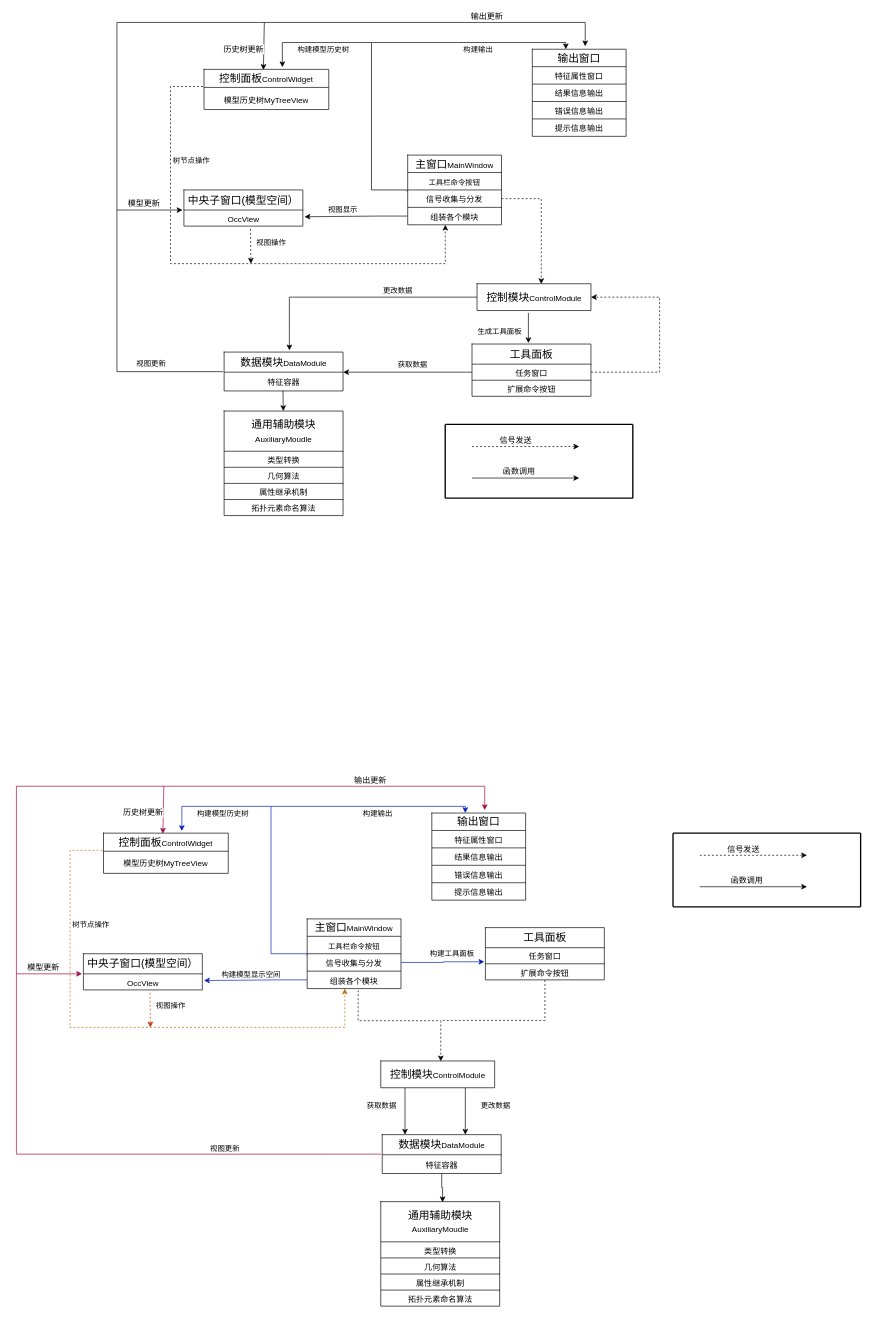
Before: mvc详解架构.drawio in liuhuliuhu123/First-test, a draw.io diagram. Source tidied: cells renumbered, new cells numbered last; positions are measured from the earlier drawing's top-left corner, leaving out a move shared by most shapes. Both pictures are drawn from the tidied source at 67%, with x=0, y=0 at pixel (16, 22).
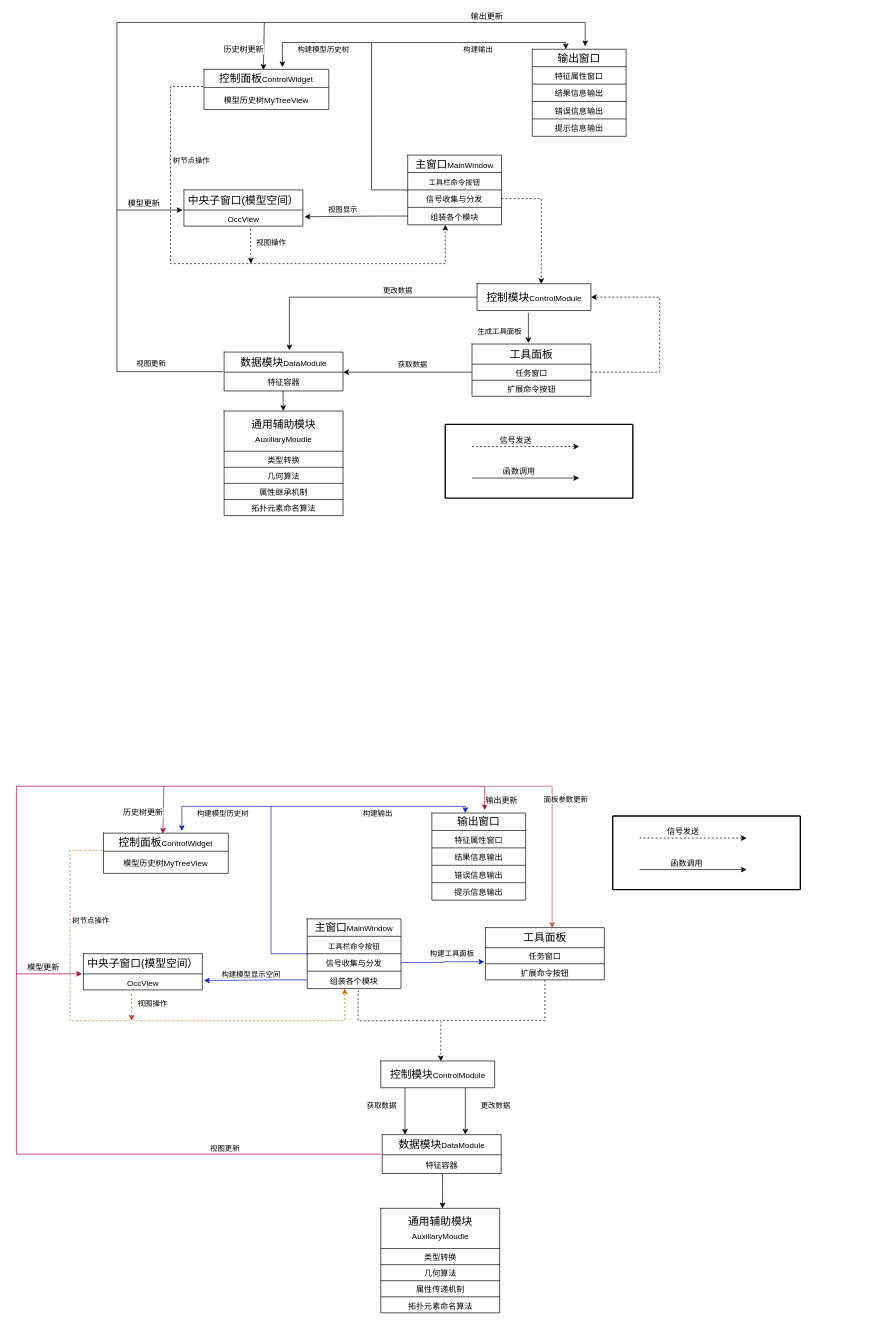
The same page after the edit.

Commit message:
更新mvc详解架构.drawio

The change refers to these unchanged cells:
```xml
<mxCell id="102" style="endArrow=classic;html=1;rounded=0;edgeStyle=orthogonalEdgeStyle;entryX=0.564;entryY=-0.169;entryDx=0;entryDy=0;entryPerimeter=0;exitX=-0.01;exitY=-0.031;exitDx=0;exitDy=0;exitPerimeter=0;fillColor=#d80073;strokeColor=#A50040;" parent="1" edge="1" source="162" target="110">
  <mxGeometry relative="1" as="geometry">
    <Array as="points">
      <mxPoint y="1689" />
      <mxPoint y="1140" />
      <mxPoint x="699" y="1140" />
    </Array>
  </mxGeometry>
</mxCell>
<mxCell id="127" style="shape=tableRow;horizontal=0;startSize=0;swimlaneHead=0;swimlaneBody=0;strokeColor=inherit;top=0;left=0;bottom=0;right=0;fillColor=none;points=[[0,0.5],[1,0.5]];portConstraint=eastwest;fontSize=16;" parent="120" vertex="1">
  <mxGeometry y="78" width="140" height="26" as="geometry" />
</mxCell>
<mxCell id="130" style="shape=tableRow;horizontal=0;startSize=0;swimlaneHead=0;swimlaneBody=0;strokeColor=inherit;top=0;left=0;bottom=0;right=0;fillColor=none;points=[[0,0.5],[1,0.5]];portConstraint=eastwest;fontSize=16;" parent="129" vertex="1">
  <mxGeometry width="177.5" height="60" as="geometry" />
</mxCell>
<mxCell id="136" style="shape=tableRow;horizontal=0;startSize=0;swimlaneHead=0;swimlaneBody=0;strokeColor=inherit;top=0;left=0;bottom=0;right=0;fillColor=none;fontSize=16;" parent="129" vertex="1">
  <mxGeometry y="108" width="177.5" height="24" as="geometry" />
</mxCell>
<mxCell id="142" style="shape=tableRow;horizontal=0;startSize=0;swimlaneHead=0;swimlaneBody=0;strokeColor=inherit;top=0;left=0;bottom=0;right=0;fillColor=none;points=[[0,0.5],[1,0.5]];portConstraint=eastwest;fontSize=16;" parent="141" vertex="1">
  <mxGeometry width="177.5" height="30" as="geometry" />
</mxCell>
<mxCell id="151" style="shape=tableRow;horizontal=0;startSize=0;swimlaneHead=0;swimlaneBody=0;strokeColor=inherit;top=0;left=0;bottom=0;right=0;fillColor=none;points=[[0,0.5],[1,0.5]];portConstraint=eastwest;fontSize=16;" parent="148" vertex="1">
  <mxGeometry y="30" width="177.5" height="24" as="geometry" />
</mxCell>
<mxCell id="156" style="shape=tableRow;horizontal=0;startSize=0;swimlaneHead=0;swimlaneBody=0;strokeColor=inherit;top=0;left=0;bottom=0;right=0;fillColor=none;points=[[0,0.5],[1,0.5]];portConstraint=eastwest;fontSize=16;" parent="153" vertex="1">
  <mxGeometry y="27" width="186.2" height="33" as="geometry" />
</mxCell>
<mxCell id="159" style="shape=table;startSize=0;childLayout=tableLayout;fontSize=16;" parent="1" vertex="1">
  <mxGeometry x="546" y="1660" width="177.5" height="58" as="geometry" />
</mxCell>
```

What changed in the source:
```diff
@@
     <mxCell id="98" style="endArrow=classic;html=1;rounded=0;edgeStyle=orthogonalEdgeStyle;dashed=1;entryX=0.401;entryY=1;entryDx=0;entryDy=0;entryPerimeter=0;exitX=-0.008;exitY=-0.042;exitDx=0;exitDy=0;exitPerimeter=0;fillColor=#f0a30a;strokeColor=#BD7000;" parent="1" edge="1" source="156" target="127">
       <mxGeometry relative="1" as="geometry">
         <Array as="points">
           <mxPoint x="80" y="1236" />
-          <mxPoint x="80" y="1500" />
-          <mxPoint x="490" y="1500" />
+          <mxPoint x="80" y="1490" />
+          <mxPoint x="490" y="1490" />
         </Array>
       </mxGeometry>
     </mxCell>
@@
-    <mxCell id="100" style="endArrow=classic;html=1;rounded=0;exitX=0.56;exitY=1.167;exitDx=0;exitDy=0;dashed=1;exitPerimeter=0;fillColor=#fa6800;strokeColor=#C73500;" parent="1" edge="1" source="151">
+    <mxCell id="100" style="endArrow=classic;html=1;rounded=0;exitX=0.406;exitY=1.262;exitDx=0;exitDy=0;dashed=1;exitPerimeter=0;fillColor=#fa6800;strokeColor=#C73500;" parent="1" edge="1" source="151">
       <mxGeometry relative="1" as="geometry">
-        <mxPoint x="200" y="1500" as="targetPoint" />
+        <mxPoint x="172" y="1490" as="targetPoint" />
       </mxGeometry>
     </mxCell>
@@
     <mxCell id="104" value="输出更新" style="edgeLabel;html=1;align=center;verticalAlign=middle;fontSize=12;" parent="102" vertex="1">
       <mxGeometry x="0.89" y="-3" relative="1" as="geometry">
-        <mxPoint x="-106" y="-13" as="offset" />
+        <mxPoint x="90" y="17" as="offset" />
       </mxGeometry>
     </mxCell>
@@
     <mxCell id="129" style="shape=table;startSize=0;childLayout=tableLayout;fontSize=16;" parent="1" vertex="1">
-      <mxGeometry x="543.8" y="1760" width="177.5" height="156" as="geometry" />
+      <mxGeometry x="543.8" y="1770" width="177.5" height="156" as="geometry" />
     </mxCell>
@@
-    <mxCell id="137" value="&lt;font style=&quot;font-size: 12px;&quot;&gt;属性继承机制&lt;/font&gt;" style="shape=partialRectangle;html=1;whiteSpace=wrap;strokeColor=inherit;overflow=hidden;fillColor=none;top=0;left=0;bottom=0;right=0;fontSize=16;" parent="136" vertex="1">
+    <mxCell id="137" value="&lt;font style=&quot;font-size: 12px;&quot;&gt;属性传递机制&lt;/font&gt;" style="shape=partialRectangle;html=1;whiteSpace=wrap;strokeColor=inherit;overflow=hidden;fillColor=none;top=0;left=0;bottom=0;right=0;fontSize=16;" parent="136" vertex="1">
       <mxGeometry width="178" height="24" as="geometry" />
     </mxCell>
@@
-    <mxCell id="158" style="edgeStyle=orthogonalEdgeStyle;rounded=0;jettySize=auto;html=1;entryX=0.52;entryY=0.014;entryDx=0;entryDy=0;entryPerimeter=0;" parent="1" edge="1" source="159" target="130">
-      <mxGeometry relative="1" as="geometry" />
+    <mxCell id="158" style="edgeStyle=orthogonalEdgeStyle;rounded=0;jettySize=auto;html=1;" parent="1" edge="1" source="159">
+      <mxGeometry relative="1" as="geometry">
+        <mxPoint x="636" y="1770" as="targetPoint" />
+        <Array as="points">
+          <mxPoint x="636" y="1740" />
+          <mxPoint x="636" y="1740" />
+        </Array>
+      </mxGeometry>
     </mxCell>
@@
     <mxCell id="171" style="endArrow=classic;html=1;rounded=0;fontSize=12;dashed=1;" parent="1" edge="1">
       <mxGeometry relative="1" as="geometry">
-        <mxPoint x="1020" y="1243" as="sourcePoint" />
-        <mxPoint x="1180" y="1243" as="targetPoint" />
+        <mxPoint x="930" y="1217.4" as="sourcePoint" />
+        <mxPoint x="1090" y="1217.4" as="targetPoint" />
       </mxGeometry>
     </mxCell>
@@
     <mxCell id="173" style="endArrow=classic;html=1;rounded=0;fontSize=12;" parent="1" edge="1">
       <mxGeometry relative="1" as="geometry">
-        <mxPoint x="1020" y="1290" as="sourcePoint" />
-        <mxPoint x="1180" y="1290" as="targetPoint" />
+        <mxPoint x="930" y="1264.4" as="sourcePoint" />
+        <mxPoint x="1090" y="1264.4" as="targetPoint" />
       </mxGeometry>
     </mxCell>
@@
     <mxCell id="175" style="endArrow=none;html=1;strokeWidth=2;rounded=0;fontSize=12;" parent="1" edge="1">
       <mxGeometry relative="1" as="geometry">
-        <mxPoint x="980" y="1320" as="sourcePoint" />
-        <mxPoint x="980" y="1210" as="targetPoint" />
+        <mxPoint x="890" y="1294.4" as="sourcePoint" />
+        <mxPoint x="890" y="1184.4" as="targetPoint" />
       </mxGeometry>
     </mxCell>
     <mxCell id="176" style="endArrow=none;html=1;strokeWidth=2;rounded=0;fontSize=12;" parent="1" edge="1">
       <mxGeometry relative="1" as="geometry">
-        <mxPoint x="1260" y="1320" as="sourcePoint" />
-        <mxPoint x="980" y="1320" as="targetPoint" />
+        <mxPoint x="1170" y="1294.4" as="sourcePoint" />
+        <mxPoint x="890" y="1294.4" as="targetPoint" />
       </mxGeometry>
     </mxCell>
     <mxCell id="177" style="endArrow=none;html=1;strokeWidth=2;rounded=0;fontSize=12;" parent="1" edge="1">
       <mxGeometry relative="1" as="geometry">
-        <mxPoint x="1260" y="1320" as="sourcePoint" />
-        <mxPoint x="1260" y="1210" as="targetPoint" />
+        <mxPoint x="1170" y="1294.4" as="sourcePoint" />
+        <mxPoint x="1170" y="1184.4" as="targetPoint" />
       </mxGeometry>
     </mxCell>
     <mxCell id="178" style="endArrow=none;html=1;strokeWidth=2;rounded=0;fontSize=12;" parent="1" edge="1">
       <mxGeometry relative="1" as="geometry">
-        <mxPoint x="1260" y="1210" as="sourcePoint" />
-        <mxPoint x="980" y="1210" as="targetPoint" />
+        <mxPoint x="1170" y="1184.4" as="sourcePoint" />
+        <mxPoint x="890" y="1184.4" as="targetPoint" />
       </mxGeometry>
     </mxCell>
+    <mxCell id="179" value="面板参数更新" style="endArrow=classic;html=1;rounded=0;fillColor=#f8cecc;strokeColor=#b85450;edgeStyle=orthogonalEdgeStyle;entryX=0.561;entryY=0.016;entryDx=0;entryDy=0;entryPerimeter=0;" parent="1" edge="1" target="142">
+      <mxGeometry x="-0.23" y="20" relative="1" as="geometry">
+        <mxPoint x="700" y="1140" as="sourcePoint" />
+        <Array as="points">
+          <mxPoint x="800" y="1140" />
+        </Array>
+      </mxGeometry>
+    </mxCell>
```
